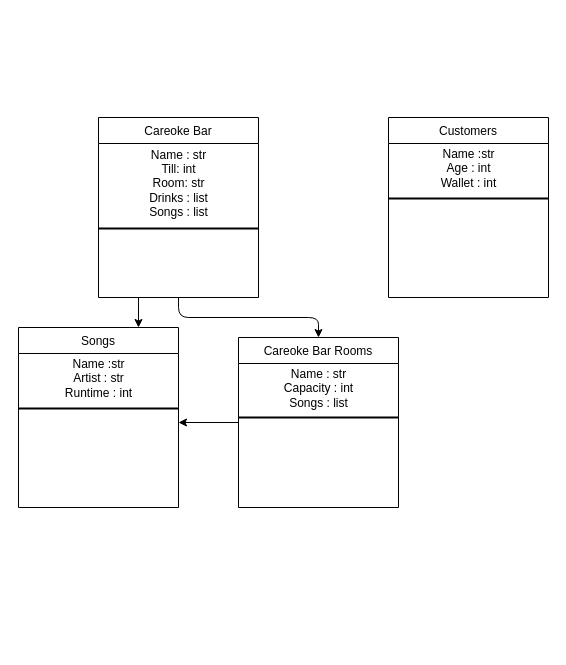
This is Untitled Diagram.drawio from Rebekah47/week_02, a draw.io file, before an edit. Source tidied: cells renumbered, new cells numbered last; positions are measured from the earlier drawing's top-left corner, leaving out a move shared by most shapes. Both pictures are drawn from the tidied source at 100%, with x=0, y=0 at pixel (18, 117).
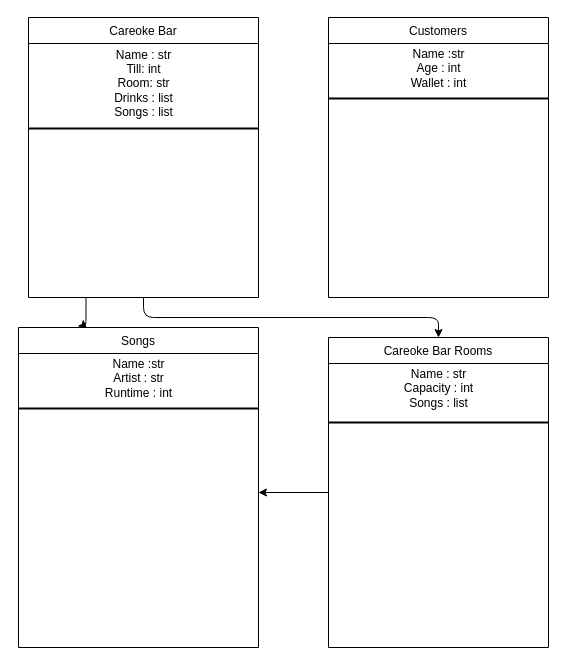
The same diagram, later.

What changed in the source:
```diff
@@
 <mxGraphModel>
   <root>
     <mxCell id="0" />
     <mxCell id="1" parent="0" />
     <mxCell id="2" style="edgeStyle=orthogonalEdgeStyle;rounded=1;jettySize=auto;html=1;exitX=0.5;exitY=1;exitDx=0;exitDy=0;" parent="1" edge="1" source="6" target="4">
       <mxGeometry relative="1" as="geometry" />
     </mxCell>
     <mxCell id="3" style="edgeStyle=orthogonalEdgeStyle;rounded=1;jettySize=auto;html=1;exitX=0;exitY=0.5;exitDx=0;exitDy=0;" parent="1" edge="1" source="4">
       <mxGeometry relative="1" as="geometry">
-        <mxPoint x="160" y="305" as="targetPoint" />
+        <mxPoint x="240" y="375" as="targetPoint" />
       </mxGeometry>
     </mxCell>
-    <mxCell id="4" value="Careoke Bar Rooms" style="swimlane;fontStyle=0;align=center;verticalAlign=top;horizontal=1;startSize=26;shadow=0;strokeWidth=1;" parent="1" vertex="1">
-      <mxGeometry x="220" y="220" width="160" height="170" as="geometry" />
-    </mxCell>
-    <mxCell id="5" style="edgeStyle=orthogonalEdgeStyle;rounded=1;jettySize=auto;html=1;exitX=0.25;exitY=1;exitDx=0;exitDy=0;entryX=0.75;entryY=0;entryDx=0;entryDy=0;" parent="1" edge="1" source="6" target="12">
-      <mxGeometry relative="1" as="geometry" />
+    <mxCell id="5" style="edgeStyle=orthogonalEdgeStyle;rounded=1;jettySize=auto;html=1;exitX=0.25;exitY=1;exitDx=0;exitDy=0;entryX=0.286;entryY=0.003;entryDx=0;entryDy=0;entryPerimeter=0;" parent="1" edge="1" source="6" target="12">
+      <mxGeometry relative="1" as="geometry">
+        <Array as="points">
+          <mxPoint x="68" y="210" />
+          <mxPoint x="69" y="210" />
+        </Array>
+      </mxGeometry>
     </mxCell>
     <mxCell id="6" value="Careoke Bar" style="swimlane;fontStyle=0;align=center;verticalAlign=top;horizontal=1;startSize=26;shadow=0;strokeWidth=1;" parent="1" vertex="1">
-      <mxGeometry x="80" width="160" height="180" as="geometry" />
+      <mxGeometry x="10" y="-100" width="230" height="280" as="geometry" />
     </mxCell>
     <mxCell id="7" value="Name : str&lt;br&gt;Till: int&lt;br&gt;Room: str&lt;br&gt;Drinks : list&lt;br&gt;Songs : list" style="text;html=1;align=center;verticalAlign=middle;" parent="6" vertex="1">
-      <mxGeometry y="26" width="160" height="80" as="geometry" />
+      <mxGeometry y="26" width="230" height="80" as="geometry" />
     </mxCell>
     <mxCell id="8" style="line;strokeWidth=2;html=1;" parent="6" vertex="1">
-      <mxGeometry y="106" width="160" height="10" as="geometry" />
+      <mxGeometry y="106" width="230" height="10" as="geometry" />
     </mxCell>
     <mxCell id="9" value="Customers" style="swimlane;fontStyle=0;align=center;verticalAlign=top;horizontal=1;startSize=26;shadow=0;strokeWidth=1;" parent="1" vertex="1">
-      <mxGeometry x="370" width="160" height="180" as="geometry" />
+      <mxGeometry x="310" y="-100" width="220" height="280" as="geometry" />
     </mxCell>
     <mxCell id="10" value="Name :str&lt;br&gt;Age : int&lt;br&gt;Wallet : int" style="text;html=1;align=center;verticalAlign=middle;" parent="9" vertex="1">
-      <mxGeometry y="26" width="160" height="50" as="geometry" />
+      <mxGeometry y="26" width="220" height="50" as="geometry" />
     </mxCell>
     <mxCell id="11" style="line;strokeWidth=2;html=1;" parent="9" vertex="1">
-      <mxGeometry y="76" width="160" height="10" as="geometry" />
+      <mxGeometry y="76" width="220" height="10" as="geometry" />
     </mxCell>
     <mxCell id="12" value="Songs" style="swimlane;fontStyle=0;align=center;verticalAlign=top;horizontal=1;startSize=26;shadow=0;strokeWidth=1;" parent="1" vertex="1">
-      <mxGeometry y="210" width="160" height="180" as="geometry" />
+      <mxGeometry y="210" width="240" height="320" as="geometry" />
     </mxCell>
     <mxCell id="13" value="Name :str&lt;br&gt;Artist : str&lt;br&gt;Runtime : int" style="text;html=1;align=center;verticalAlign=middle;" parent="12" vertex="1">
-      <mxGeometry y="26" width="160" height="50" as="geometry" />
+      <mxGeometry y="26" width="240" height="50" as="geometry" />
     </mxCell>
-    <mxCell id="14" value="Name : str&lt;br&gt;Capacity : int&lt;br&gt;Songs : list" style="text;html=1;align=center;verticalAlign=middle;" parent="1" vertex="1">
-      <mxGeometry x="220" y="246" width="160" height="50" as="geometry" />
-    </mxCell>
-    <mxCell id="15" style="line;strokeWidth=2;html=1;" parent="1" vertex="1">
-      <mxGeometry y="286" width="160" height="10" as="geometry" />
+    <mxCell id="15" style="line;strokeWidth=2;html=1;" parent="12" vertex="1">
+      <mxGeometry y="76" width="240" height="10" as="geometry" />
     </mxCell>
     <mxCell id="16" style="line;strokeWidth=2;html=1;" parent="1" vertex="1">
-      <mxGeometry x="220" y="295" width="160" height="10" as="geometry" />
+      <mxGeometry x="310" y="300" width="220" height="10" as="geometry" />
     </mxCell>
+    <mxCell id="4" value="Careoke Bar Rooms" style="swimlane;fontStyle=0;align=center;verticalAlign=top;horizontal=1;startSize=26;shadow=0;strokeWidth=1;" parent="1" vertex="1">
+      <mxGeometry x="310" y="220" width="220" height="310" as="geometry" />
+    </mxCell>
+    <mxCell id="14" value="Name : str&lt;br&gt;Capacity : int&lt;br&gt;Songs : list" style="text;html=1;align=center;verticalAlign=middle;" parent="4" vertex="1">
+      <mxGeometry y="26" width="220" height="50" as="geometry" />
+    </mxCell>
   </root>
 </mxGraphModel>
```
